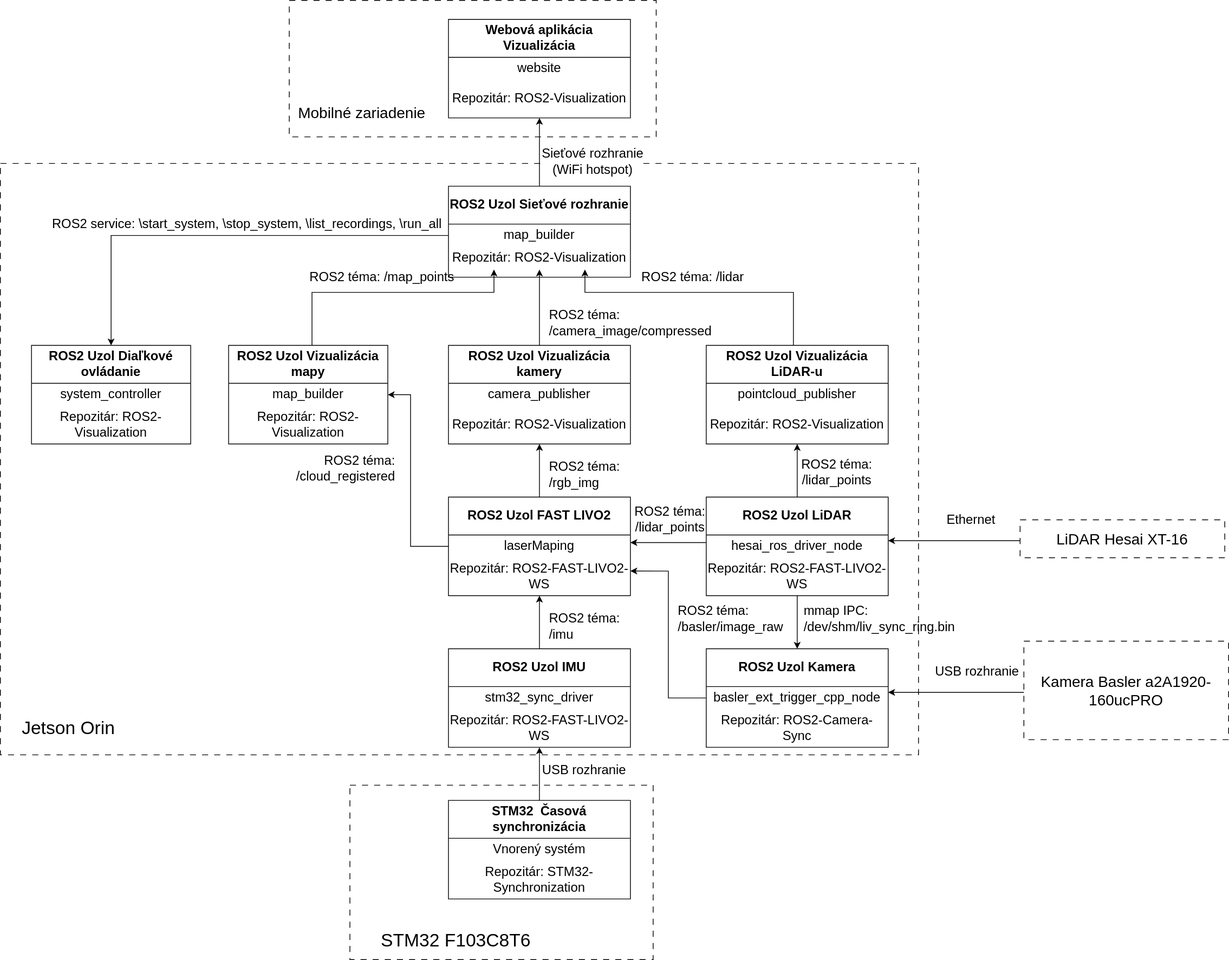
Above: doc/sw_architecture.svg in STU-FEI-TP26-FAST-LIVO2/ROS2-FAST-LIVO2-WS (draw.io), before the change. Source tidied: cells renumbered, new cells last; positions are measured from the earlier drawing's top-left corner, leaving out a move shared by most shapes.
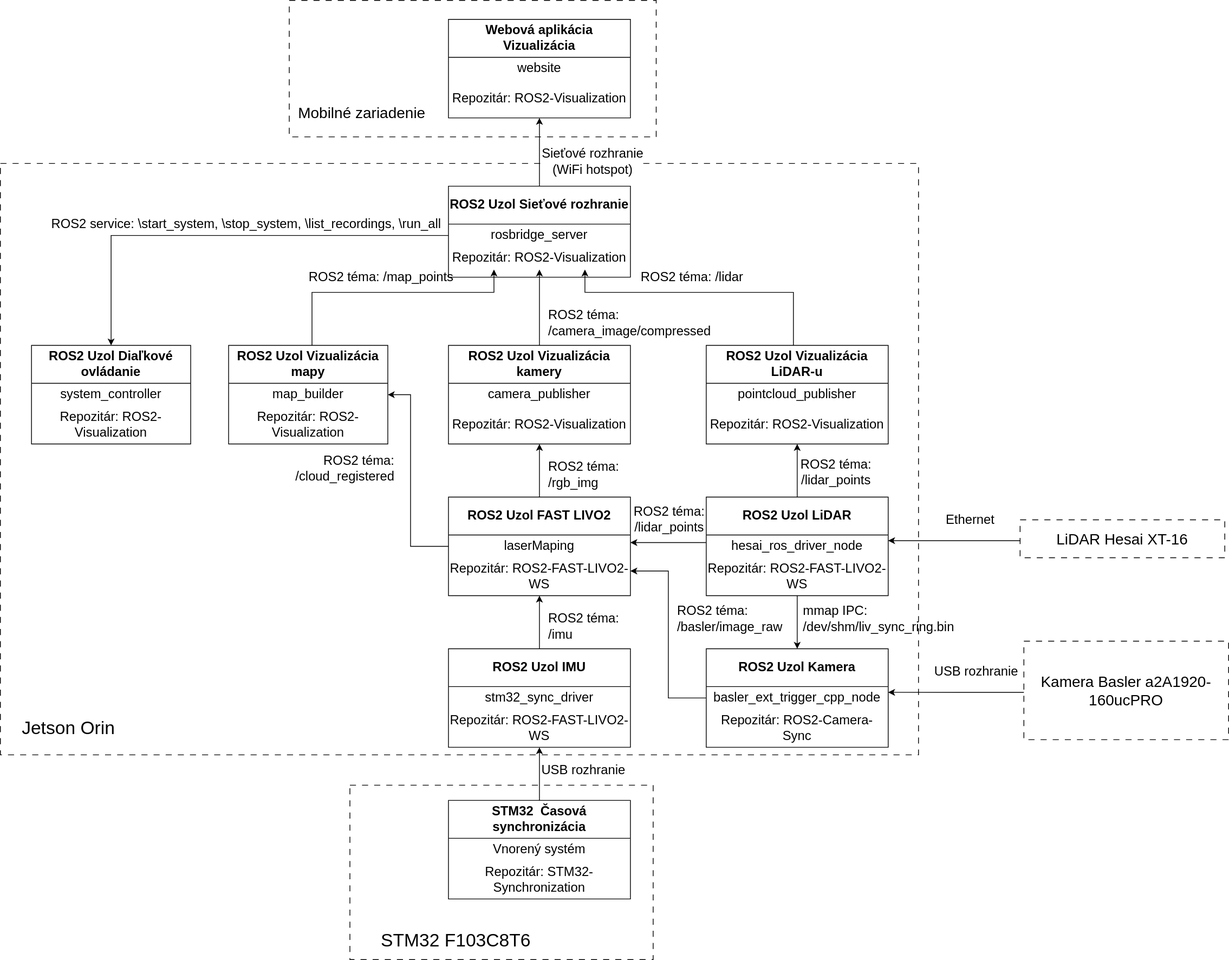
After the change.

What changed in the source:
```diff
@@ -143,7 +143,7 @@
     <mxCell id="38" value="ROS2 Uzol Sieťové rozhranie" style="swimlane;whiteSpace=wrap;html=1;startSize=50;fontSize=17;" parent="1" vertex="1">
       <mxGeometry x="591" y="245" width="240" height="120" as="geometry" />
     </mxCell>
-    <mxCell id="39" value="map_builder" style="text;html=1;align=center;verticalAlign=middle;whiteSpace=wrap;rounded=0;fontSize=17;" parent="38" vertex="1">
+    <mxCell id="39" value="rosbridge_server" style="text;html=1;align=center;verticalAlign=middle;whiteSpace=wrap;rounded=0;fontSize=17;" parent="38" vertex="1">
       <mxGeometry y="50" width="240" height="30" as="geometry" />
     </mxCell>
     <mxCell id="40" value="Repozitár:&amp;nbsp;ROS2-Visualization" style="text;html=1;align=center;verticalAlign=middle;whiteSpace=wrap;rounded=0;fontSize=17;" parent="38" vertex="1">
```
